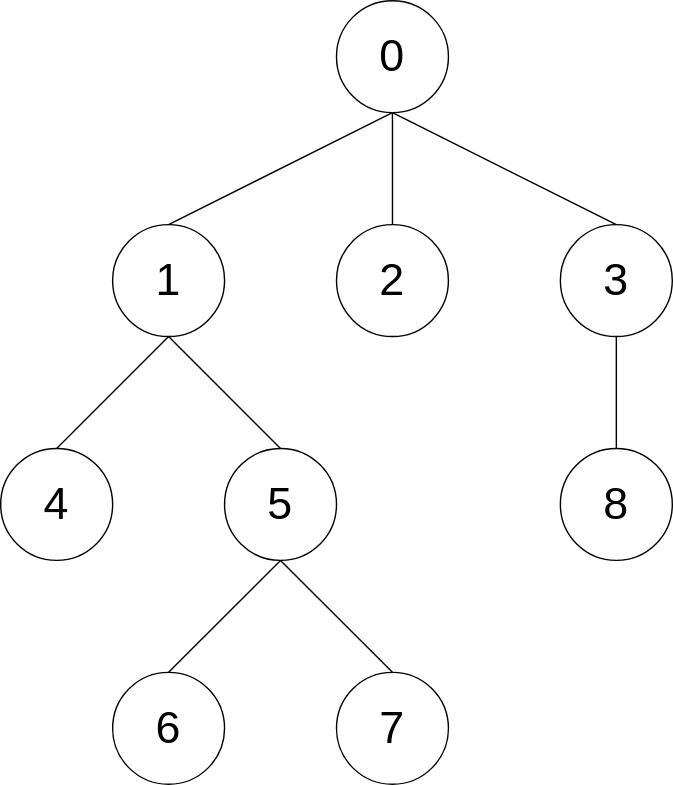
Earlier version of the draw.io export lib/cpalgo/tree/lca/tests/lca_testcase2.drawio.svg (xirc/cp-algorithm). Source tidied: cells renumbered, new cells last; positions are measured from the earlier drawing's top-left corner, leaving out a move shared by most shapes. Source of this version:
```xml
<mxGraphModel>
  <root>
    <mxCell id="0" />
    <mxCell id="1" parent="0" />
    <mxCell id="2" value="0" style="ellipse;whiteSpace=wrap;html=1;fontSize=32;" parent="1" vertex="1">
      <mxGeometry x="240" width="80" height="80" as="geometry" />
    </mxCell>
    <mxCell id="3" value="1" style="ellipse;whiteSpace=wrap;html=1;fontSize=32;" parent="1" vertex="1">
      <mxGeometry x="80" y="160" width="80" height="80" as="geometry" />
    </mxCell>
    <mxCell id="4" value="2" style="ellipse;whiteSpace=wrap;html=1;fontSize=32;" parent="1" vertex="1">
      <mxGeometry x="240" y="160" width="80" height="80" as="geometry" />
    </mxCell>
    <mxCell id="5" value="3" style="ellipse;whiteSpace=wrap;html=1;fontSize=32;" parent="1" vertex="1">
      <mxGeometry x="400" y="160" width="80" height="80" as="geometry" />
    </mxCell>
    <mxCell id="6" style="endArrow=none;html=1;entryX=0.5;entryY=1;entryDx=0;entryDy=0;exitX=0.5;exitY=0;exitDx=0;exitDy=0;" parent="1" edge="1" source="3" target="2">
      <mxGeometry relative="1" as="geometry" />
    </mxCell>
    <mxCell id="7" style="endArrow=none;html=1;exitX=0.5;exitY=0;exitDx=0;exitDy=0;entryX=0.5;entryY=1;entryDx=0;entryDy=0;" parent="1" edge="1" source="4" target="2">
      <mxGeometry relative="1" as="geometry" />
    </mxCell>
    <mxCell id="8" style="endArrow=none;html=1;entryX=0.5;entryY=1;entryDx=0;entryDy=0;exitX=0.5;exitY=0;exitDx=0;exitDy=0;" parent="1" edge="1" source="5" target="2">
      <mxGeometry relative="1" as="geometry" />
    </mxCell>
    <mxCell id="9" value="4" style="ellipse;whiteSpace=wrap;html=1;fontSize=32;" parent="1" vertex="1">
      <mxGeometry y="320" width="80" height="80" as="geometry" />
    </mxCell>
    <mxCell id="10" value="5" style="ellipse;whiteSpace=wrap;html=1;fontSize=32;" parent="1" vertex="1">
      <mxGeometry x="160" y="320" width="80" height="80" as="geometry" />
    </mxCell>
    <mxCell id="11" value="6" style="ellipse;whiteSpace=wrap;html=1;fontSize=32;" parent="1" vertex="1">
      <mxGeometry x="80" y="480" width="80" height="80" as="geometry" />
    </mxCell>
    <mxCell id="12" value="7" style="ellipse;whiteSpace=wrap;html=1;fontSize=32;" parent="1" vertex="1">
      <mxGeometry x="240" y="480" width="80" height="80" as="geometry" />
    </mxCell>
    <mxCell id="13" style="endArrow=none;html=1;entryX=0.5;entryY=1;entryDx=0;entryDy=0;exitX=0.5;exitY=0;exitDx=0;exitDy=0;" parent="1" edge="1" source="9" target="3">
      <mxGeometry relative="1" as="geometry" />
    </mxCell>
    <mxCell id="14" style="endArrow=none;html=1;exitX=0.5;exitY=0;exitDx=0;exitDy=0;entryX=0.5;entryY=1;entryDx=0;entryDy=0;" parent="1" edge="1" source="10" target="3">
      <mxGeometry relative="1" as="geometry" />
    </mxCell>
    <mxCell id="15" style="endArrow=none;html=1;exitX=0.5;exitY=0;exitDx=0;exitDy=0;entryX=0.5;entryY=1;entryDx=0;entryDy=0;" parent="1" edge="1" source="11" target="10">
      <mxGeometry relative="1" as="geometry" />
    </mxCell>
    <mxCell id="16" style="endArrow=none;html=1;exitX=0.5;exitY=0;exitDx=0;exitDy=0;entryX=0.5;entryY=1;entryDx=0;entryDy=0;" parent="1" edge="1" source="12" target="10">
      <mxGeometry relative="1" as="geometry" />
    </mxCell>
    <mxCell id="17" value="8" style="ellipse;whiteSpace=wrap;html=1;fontSize=32;" parent="1" vertex="1">
      <mxGeometry x="400" y="320" width="80" height="80" as="geometry" />
    </mxCell>
    <mxCell id="18" style="endArrow=none;html=1;exitX=0.5;exitY=0;exitDx=0;exitDy=0;entryX=0.5;entryY=1;entryDx=0;entryDy=0;" parent="1" edge="1" source="17" target="5">
      <mxGeometry relative="1" as="geometry" />
    </mxCell>
  </root>
</mxGraphModel>
```
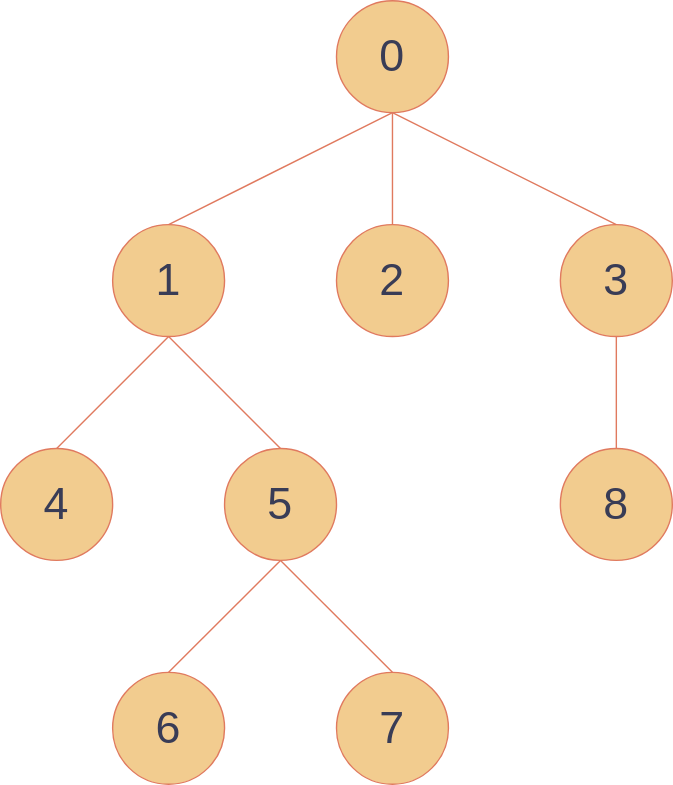
After the change.

What changed in the source:
```diff
@@ -1,56 +1,56 @@
-<mxGraphModel>
+<mxGraphModel background="#FFFFFF">
   <root>
     <mxCell id="0" />
     <mxCell id="1" parent="0" />
-    <mxCell id="2" value="0" style="ellipse;whiteSpace=wrap;html=1;fontSize=32;" parent="1" vertex="1">
+    <mxCell id="2" value="0" style="ellipse;whiteSpace=wrap;html=1;fontSize=32;fillColor=#F2CC8F;strokeColor=#E07A5F;fontColor=#393C56;" parent="1" vertex="1">
       <mxGeometry x="240" width="80" height="80" as="geometry" />
     </mxCell>
-    <mxCell id="3" value="1" style="ellipse;whiteSpace=wrap;html=1;fontSize=32;" parent="1" vertex="1">
+    <mxCell id="3" value="1" style="ellipse;whiteSpace=wrap;html=1;fontSize=32;fillColor=#F2CC8F;strokeColor=#E07A5F;fontColor=#393C56;" parent="1" vertex="1">
       <mxGeometry x="80" y="160" width="80" height="80" as="geometry" />
     </mxCell>
-    <mxCell id="4" value="2" style="ellipse;whiteSpace=wrap;html=1;fontSize=32;" parent="1" vertex="1">
+    <mxCell id="4" value="2" style="ellipse;whiteSpace=wrap;html=1;fontSize=32;fillColor=#F2CC8F;strokeColor=#E07A5F;fontColor=#393C56;" parent="1" vertex="1">
       <mxGeometry x="240" y="160" width="80" height="80" as="geometry" />
     </mxCell>
-    <mxCell id="5" value="3" style="ellipse;whiteSpace=wrap;html=1;fontSize=32;" parent="1" vertex="1">
+    <mxCell id="5" value="3" style="ellipse;whiteSpace=wrap;html=1;fontSize=32;fillColor=#F2CC8F;strokeColor=#E07A5F;fontColor=#393C56;" parent="1" vertex="1">
       <mxGeometry x="400" y="160" width="80" height="80" as="geometry" />
     </mxCell>
-    <mxCell id="6" style="endArrow=none;html=1;entryX=0.5;entryY=1;entryDx=0;entryDy=0;exitX=0.5;exitY=0;exitDx=0;exitDy=0;" parent="1" edge="1" source="3" target="2">
+    <mxCell id="6" style="endArrow=none;html=1;entryX=0.5;entryY=1;entryDx=0;entryDy=0;exitX=0.5;exitY=0;exitDx=0;exitDy=0;labelBackgroundColor=#F4F1DE;strokeColor=#E07A5F;fontColor=#393C56;" parent="1" edge="1" source="3" target="2">
       <mxGeometry relative="1" as="geometry" />
     </mxCell>
-    <mxCell id="7" style="endArrow=none;html=1;exitX=0.5;exitY=0;exitDx=0;exitDy=0;entryX=0.5;entryY=1;entryDx=0;entryDy=0;" parent="1" edge="1" source="4" target="2">
+    <mxCell id="7" style="endArrow=none;html=1;exitX=0.5;exitY=0;exitDx=0;exitDy=0;entryX=0.5;entryY=1;entryDx=0;entryDy=0;labelBackgroundColor=#F4F1DE;strokeColor=#E07A5F;fontColor=#393C56;" parent="1" edge="1" source="4" target="2">
       <mxGeometry relative="1" as="geometry" />
     </mxCell>
-    <mxCell id="8" style="endArrow=none;html=1;entryX=0.5;entryY=1;entryDx=0;entryDy=0;exitX=0.5;exitY=0;exitDx=0;exitDy=0;" parent="1" edge="1" source="5" target="2">
+    <mxCell id="8" style="endArrow=none;html=1;entryX=0.5;entryY=1;entryDx=0;entryDy=0;exitX=0.5;exitY=0;exitDx=0;exitDy=0;labelBackgroundColor=#F4F1DE;strokeColor=#E07A5F;fontColor=#393C56;" parent="1" edge="1" source="5" target="2">
       <mxGeometry relative="1" as="geometry" />
     </mxCell>
-    <mxCell id="9" value="4" style="ellipse;whiteSpace=wrap;html=1;fontSize=32;" parent="1" vertex="1">
+    <mxCell id="9" value="4" style="ellipse;whiteSpace=wrap;html=1;fontSize=32;fillColor=#F2CC8F;strokeColor=#E07A5F;fontColor=#393C56;" parent="1" vertex="1">
       <mxGeometry y="320" width="80" height="80" as="geometry" />
     </mxCell>
-    <mxCell id="10" value="5" style="ellipse;whiteSpace=wrap;html=1;fontSize=32;" parent="1" vertex="1">
+    <mxCell id="10" value="5" style="ellipse;whiteSpace=wrap;html=1;fontSize=32;fillColor=#F2CC8F;strokeColor=#E07A5F;fontColor=#393C56;" parent="1" vertex="1">
       <mxGeometry x="160" y="320" width="80" height="80" as="geometry" />
     </mxCell>
-    <mxCell id="11" value="6" style="ellipse;whiteSpace=wrap;html=1;fontSize=32;" parent="1" vertex="1">
+    <mxCell id="11" value="6" style="ellipse;whiteSpace=wrap;html=1;fontSize=32;fillColor=#F2CC8F;strokeColor=#E07A5F;fontColor=#393C56;" parent="1" vertex="1">
       <mxGeometry x="80" y="480" width="80" height="80" as="geometry" />
     </mxCell>
-    <mxCell id="12" value="7" style="ellipse;whiteSpace=wrap;html=1;fontSize=32;" parent="1" vertex="1">
+    <mxCell id="12" value="7" style="ellipse;whiteSpace=wrap;html=1;fontSize=32;fillColor=#F2CC8F;strokeColor=#E07A5F;fontColor=#393C56;" parent="1" vertex="1">
       <mxGeometry x="240" y="480" width="80" height="80" as="geometry" />
     </mxCell>
-    <mxCell id="13" style="endArrow=none;html=1;entryX=0.5;entryY=1;entryDx=0;entryDy=0;exitX=0.5;exitY=0;exitDx=0;exitDy=0;" parent="1" edge="1" source="9" target="3">
+    <mxCell id="13" style="endArrow=none;html=1;entryX=0.5;entryY=1;entryDx=0;entryDy=0;exitX=0.5;exitY=0;exitDx=0;exitDy=0;labelBackgroundColor=#F4F1DE;strokeColor=#E07A5F;fontColor=#393C56;" parent="1" edge="1" source="9" target="3">
       <mxGeometry relative="1" as="geometry" />
     </mxCell>
-    <mxCell id="14" style="endArrow=none;html=1;exitX=0.5;exitY=0;exitDx=0;exitDy=0;entryX=0.5;entryY=1;entryDx=0;entryDy=0;" parent="1" edge="1" source="10" target="3">
+    <mxCell id="14" style="endArrow=none;html=1;exitX=0.5;exitY=0;exitDx=0;exitDy=0;entryX=0.5;entryY=1;entryDx=0;entryDy=0;labelBackgroundColor=#F4F1DE;strokeColor=#E07A5F;fontColor=#393C56;" parent="1" edge="1" source="10" target="3">
       <mxGeometry relative="1" as="geometry" />
     </mxCell>
-    <mxCell id="15" style="endArrow=none;html=1;exitX=0.5;exitY=0;exitDx=0;exitDy=0;entryX=0.5;entryY=1;entryDx=0;entryDy=0;" parent="1" edge="1" source="11" target="10">
+    <mxCell id="15" style="endArrow=none;html=1;exitX=0.5;exitY=0;exitDx=0;exitDy=0;entryX=0.5;entryY=1;entryDx=0;entryDy=0;labelBackgroundColor=#F4F1DE;strokeColor=#E07A5F;fontColor=#393C56;" parent="1" edge="1" source="11" target="10">
       <mxGeometry relative="1" as="geometry" />
     </mxCell>
-    <mxCell id="16" style="endArrow=none;html=1;exitX=0.5;exitY=0;exitDx=0;exitDy=0;entryX=0.5;entryY=1;entryDx=0;entryDy=0;" parent="1" edge="1" source="12" target="10">
+    <mxCell id="16" style="endArrow=none;html=1;exitX=0.5;exitY=0;exitDx=0;exitDy=0;entryX=0.5;entryY=1;entryDx=0;entryDy=0;labelBackgroundColor=#F4F1DE;strokeColor=#E07A5F;fontColor=#393C56;" parent="1" edge="1" source="12" target="10">
       <mxGeometry relative="1" as="geometry" />
     </mxCell>
-    <mxCell id="17" value="8" style="ellipse;whiteSpace=wrap;html=1;fontSize=32;" parent="1" vertex="1">
+    <mxCell id="17" value="8" style="ellipse;whiteSpace=wrap;html=1;fontSize=32;fillColor=#F2CC8F;strokeColor=#E07A5F;fontColor=#393C56;" parent="1" vertex="1">
       <mxGeometry x="400" y="320" width="80" height="80" as="geometry" />
     </mxCell>
-    <mxCell id="18" style="endArrow=none;html=1;exitX=0.5;exitY=0;exitDx=0;exitDy=0;entryX=0.5;entryY=1;entryDx=0;entryDy=0;" parent="1" edge="1" source="17" target="5">
+    <mxCell id="18" style="endArrow=none;html=1;exitX=0.5;exitY=0;exitDx=0;exitDy=0;entryX=0.5;entryY=1;entryDx=0;entryDy=0;labelBackgroundColor=#F4F1DE;strokeColor=#E07A5F;fontColor=#393C56;" parent="1" edge="1" source="17" target="5">
       <mxGeometry relative="1" as="geometry" />
     </mxCell>
   </root>
```
